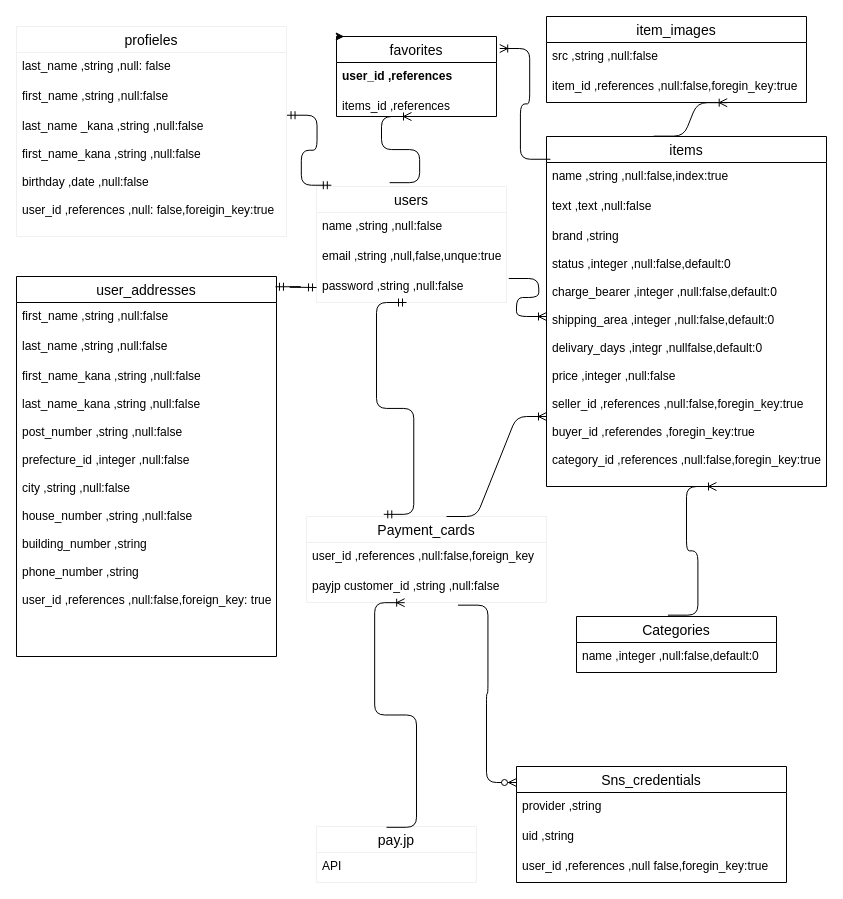
Before: app/views/database.dio in takared44/furima-36069, a draw.io diagram. Source tidied: cells renumbered, new cells numbered last; positions are measured from the earlier drawing's top-left corner, leaving out a move shared by most shapes. Both pictures are drawn from the tidied source at 100%, with x=0, y=0 at pixel (16, 16).
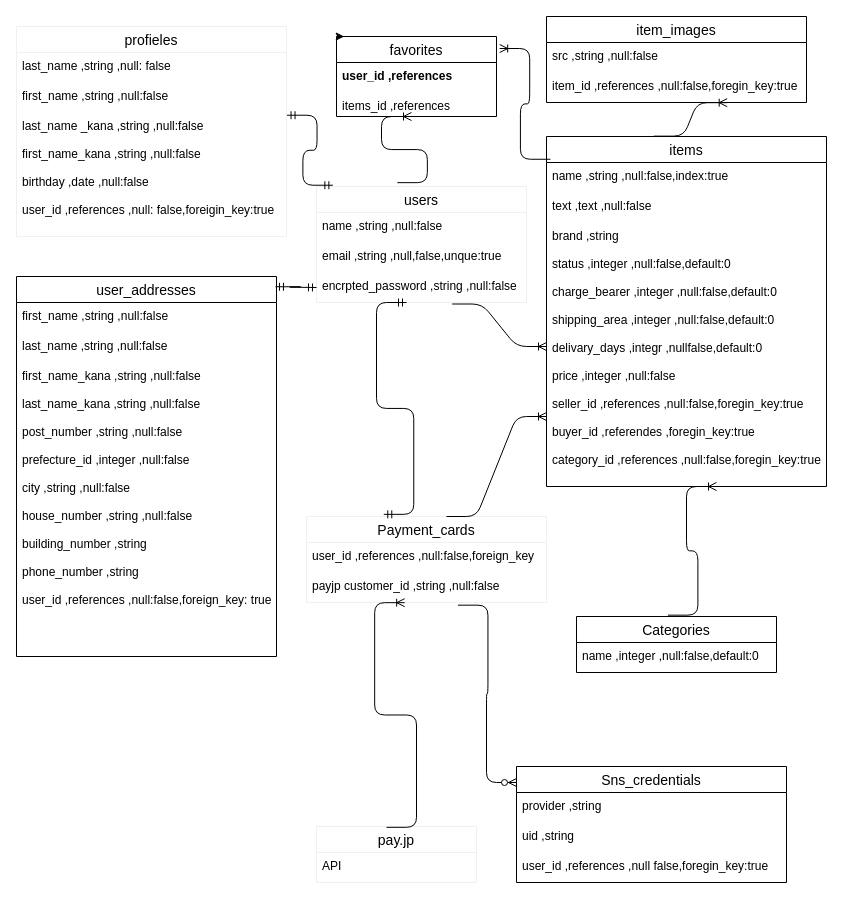
Above is the later version.

Commit message:
encrypted_password変更

Change to the diagram source:
```diff
@@
     <mxCell id="6" value="users" style="swimlane;fontStyle=0;horizontal=1;startSize=26;align=center;fontSize=14;strokeColor=#f0f0f0;" parent="1" vertex="1">
-      <mxGeometry x="300" y="170" width="190" height="116" as="geometry" />
+      <mxGeometry x="300" y="170" width="210" height="116" as="geometry" />
     </mxCell>
     <mxCell id="7" value="name ,string ,null:false" style="text;strokeColor=none;fillColor=none;spacingLeft=4;spacingRight=4;overflow=hidden;fontSize=12;" parent="6" vertex="1">
-      <mxGeometry y="26" width="190" height="30" as="geometry" />
+      <mxGeometry y="26" width="210" height="30" as="geometry" />
     </mxCell>
     <mxCell id="8" value="email ,string ,null,false,unque:true" style="text;strokeColor=none;fillColor=none;spacingLeft=4;spacingRight=4;overflow=hidden;fontSize=12;" parent="6" vertex="1">
-      <mxGeometry y="56" width="190" height="30" as="geometry" />
+      <mxGeometry y="56" width="210" height="30" as="geometry" />
     </mxCell>
-    <mxCell id="9" value="password ,string ,null:false" style="text;strokeColor=none;fillColor=none;spacingLeft=4;spacingRight=4;overflow=hidden;points=[[0,0.5],[1,0.5]];portConstraint=eastwest;fontSize=12;" parent="6" vertex="1">
-      <mxGeometry y="86" width="190" height="30" as="geometry" />
+    <mxCell id="9" value="encrpted_password ,string ,null:false" style="text;strokeColor=none;fillColor=none;spacingLeft=4;spacingRight=4;overflow=hidden;points=[[0,0.5],[1,0.5]];portConstraint=eastwest;fontSize=12;" parent="6" vertex="1">
+      <mxGeometry y="86" width="210" height="30" as="geometry" />
     </mxCell>
@@
-    <mxCell id="43" style="edgeStyle=entityRelationEdgeStyle;fontSize=12;html=1;endArrow=ERoneToMany;exitX=1.012;exitY=0.2;exitDx=0;exitDy=0;exitPerimeter=0;" parent="1" edge="1" source="9">
+    <mxCell id="43" style="edgeStyle=entityRelationEdgeStyle;fontSize=12;html=1;endArrow=ERoneToMany;exitX=0.646;exitY=1.05;exitDx=0;exitDy=0;exitPerimeter=0;" parent="1" edge="1" source="9">
       <mxGeometry relative="1" as="geometry">
-        <mxPoint x="530" y="300" as="targetPoint" />
+        <mxPoint x="530" y="330" as="targetPoint" />
       </mxGeometry>
     </mxCell>
```
